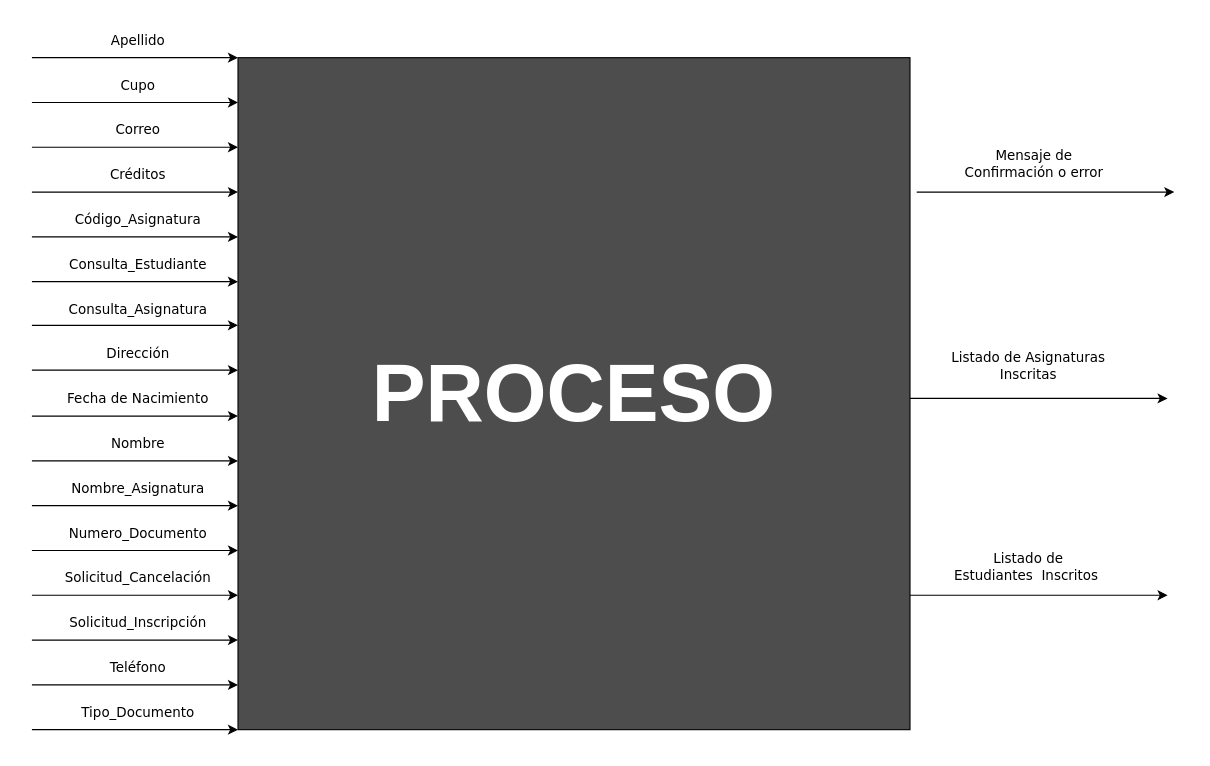
M1T4M0/Java-POO keeps this draw.io diagram as Laboratorio4/DIagramaParadigmas.drawio. Above is the earlier version. Source tidied: cells renumbered, new cells numbered last; positions are measured from the earlier drawing's top-left corner, leaving out a move shared by most shapes. Both pictures are drawn from the tidied source at 112%, with x=0, y=0 at pixel (31, 24).
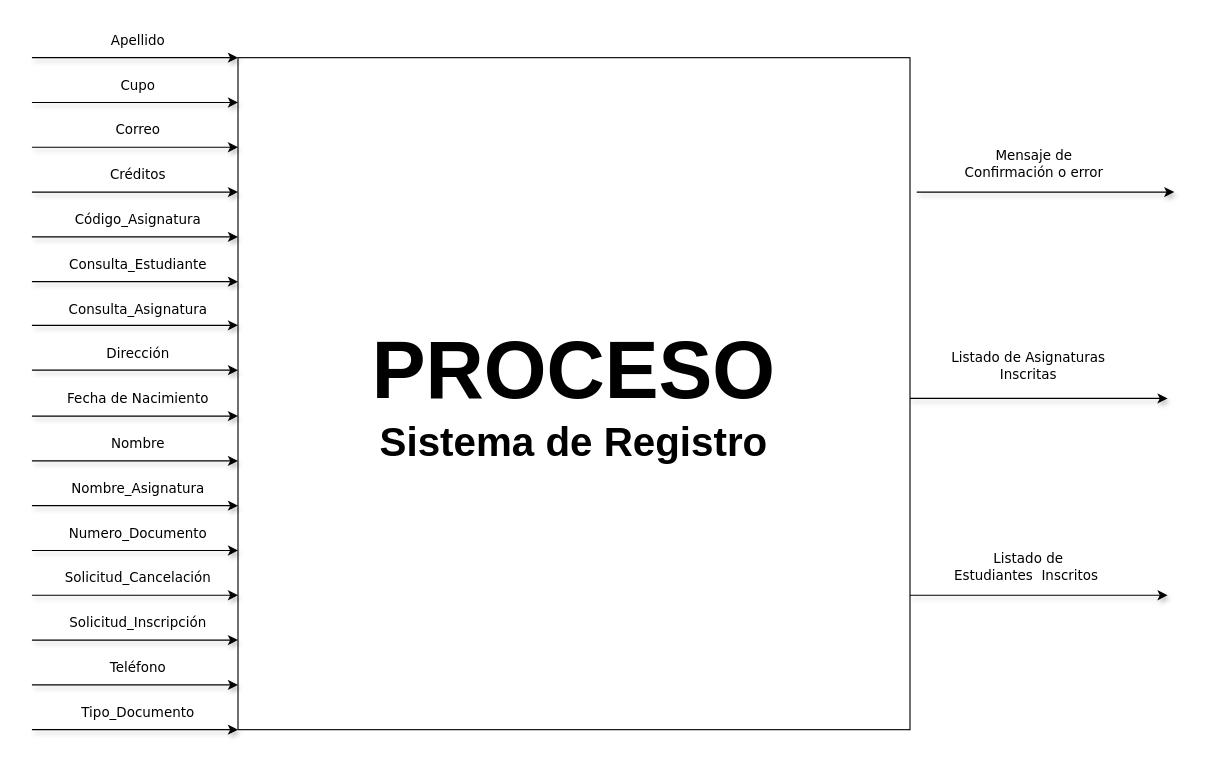
The same page after the edit.

The edit, as a diff of the source:
```diff
@@
-    <mxCell id="2" value="&lt;b&gt;&lt;font style=&quot;color: rgb(255, 255, 255); font-size: 72px;&quot;&gt;PROCESO&lt;/font&gt;&lt;/b&gt;" style="whiteSpace=wrap;html=1;fillColor=#4D4D4D;" parent="1" vertex="1">
+    <mxCell id="2" value="&lt;b&gt;&lt;font style=&quot;font-size: 72px; color: rgb(0, 0, 0);&quot;&gt;PROCESO&lt;/font&gt;&lt;/b&gt;&lt;div&gt;&lt;b&gt;&lt;font style=&quot;color: rgb(0, 0, 0); font-size: 36px;&quot;&gt;Sistema de Registro&lt;/font&gt;&lt;/b&gt;&lt;/div&gt;" style="whiteSpace=wrap;html=1;fillColor=#FFFFFF;" parent="1" vertex="1">
       <mxGeometry x="184" y="30" width="600" height="600" as="geometry" />
     </mxCell>
-    <mxCell id="3" value="&lt;font face=&quot;Verdana&quot;&gt;Mensaje de Confirmación o error&lt;/font&gt;" style="text;html=1;align=center;verticalAlign=middle;whiteSpace=wrap;rounded=0;" parent="1" vertex="1">
+    <mxCell id="3" value="&lt;font face=&quot;Verdana&quot;&gt;Mensaje de Confirmación o error&lt;/font&gt;" style="text;html=1;align=center;verticalAlign=middle;whiteSpace=wrap;rounded=0;shadow=1;" parent="1" vertex="1">
       <mxGeometry x="820" y="110" width="150" height="30" as="geometry" />
     </mxCell>
-    <mxCell id="4" value="&lt;font face=&quot;Verdana&quot;&gt;Listado de Asignaturas Inscritas&lt;/font&gt;" style="text;html=1;align=center;verticalAlign=middle;whiteSpace=wrap;rounded=0;" parent="1" vertex="1">
+    <mxCell id="4" value="&lt;font face=&quot;Verdana&quot;&gt;Listado de Asignaturas Inscritas&lt;/font&gt;" style="text;html=1;align=center;verticalAlign=middle;whiteSpace=wrap;rounded=0;shadow=1;" parent="1" vertex="1">
       <mxGeometry x="820" y="300" width="140" height="10" as="geometry" />
     </mxCell>
-    <mxCell id="5" value="&lt;font face=&quot;Verdana&quot;&gt;Listado de Estudiantes&amp;nbsp; Inscritos&amp;nbsp;&lt;/font&gt;" style="text;html=1;align=center;verticalAlign=middle;whiteSpace=wrap;rounded=0;" parent="1" vertex="1">
+    <mxCell id="5" value="&lt;font face=&quot;Verdana&quot;&gt;Listado de Estudiantes&amp;nbsp; Inscritos&amp;nbsp;&lt;/font&gt;" style="text;html=1;align=center;verticalAlign=middle;whiteSpace=wrap;rounded=0;shadow=1;" parent="1" vertex="1">
       <mxGeometry x="820" y="475" width="140" height="20" as="geometry" />
     </mxCell>
-    <mxCell id="6" style="endArrow=classic;html=1;rounded=0;" parent="1" edge="1">
+    <mxCell id="6" style="endArrow=classic;html=1;rounded=0;shadow=1;" parent="1" edge="1">
       <mxGeometry relative="1" as="geometry">
         <mxPoint x="790" y="150" as="sourcePoint" />
         <mxPoint x="1020" y="150" as="targetPoint" />
       </mxGeometry>
     </mxCell>
-    <mxCell id="7" style="endArrow=classic;html=1;rounded=0;" parent="1" edge="1">
+    <mxCell id="7" style="endArrow=classic;html=1;rounded=0;shadow=1;" parent="1" edge="1">
       <mxGeometry relative="1" as="geometry">
         <mxPoint x="784" y="334.2" as="sourcePoint" />
         <mxPoint x="1014" y="334.2" as="targetPoint" />
       </mxGeometry>
     </mxCell>
-    <mxCell id="8" style="endArrow=classic;html=1;rounded=0;" parent="1" edge="1">
+    <mxCell id="8" style="endArrow=classic;html=1;rounded=0;shadow=1;" parent="1" edge="1">
       <mxGeometry relative="1" as="geometry">
         <mxPoint x="784" y="510" as="sourcePoint" />
         <mxPoint x="1014" y="510" as="targetPoint" />
       </mxGeometry>
     </mxCell>
-    <mxCell id="9" value="&lt;font face=&quot;Verdana&quot;&gt;Correo&lt;/font&gt;" style="text;html=1;align=center;verticalAlign=middle;whiteSpace=wrap;rounded=0;" parent="1" vertex="1">
+    <mxCell id="9" value="&lt;font face=&quot;Verdana&quot;&gt;Correo&lt;/font&gt;" style="text;html=1;align=center;verticalAlign=middle;whiteSpace=wrap;rounded=0;shadow=1;" parent="1" vertex="1">
       <mxGeometry x="20" y="80" width="150" height="30" as="geometry" />
     </mxCell>
-    <mxCell id="10" value="&lt;font face=&quot;Verdana&quot;&gt;Nombre&lt;/font&gt;" style="text;html=1;align=center;verticalAlign=middle;whiteSpace=wrap;rounded=0;" parent="1" vertex="1">
+    <mxCell id="10" value="&lt;font face=&quot;Verdana&quot;&gt;Nombre&lt;/font&gt;" style="text;html=1;align=center;verticalAlign=middle;whiteSpace=wrap;rounded=0;shadow=1;" parent="1" vertex="1">
       <mxGeometry x="20" y="360" width="150" height="30" as="geometry" />
     </mxCell>
-    <mxCell id="11" value="&lt;font face=&quot;Verdana&quot;&gt;Dirección&lt;/font&gt;" style="text;html=1;align=center;verticalAlign=middle;whiteSpace=wrap;rounded=0;" parent="1" vertex="1">
+    <mxCell id="11" value="&lt;font face=&quot;Verdana&quot;&gt;Dirección&lt;/font&gt;" style="text;html=1;align=center;verticalAlign=middle;whiteSpace=wrap;rounded=0;shadow=1;" parent="1" vertex="1">
       <mxGeometry x="20" y="280" width="150" height="30" as="geometry" />
     </mxCell>
-    <mxCell id="12" value="&lt;font face=&quot;Verdana&quot;&gt;Fecha de Nacimiento&lt;/font&gt;" style="text;html=1;align=center;verticalAlign=middle;whiteSpace=wrap;rounded=0;" parent="1" vertex="1">
+    <mxCell id="12" value="&lt;font face=&quot;Verdana&quot;&gt;Fecha de Nacimiento&lt;/font&gt;" style="text;html=1;align=center;verticalAlign=middle;whiteSpace=wrap;rounded=0;shadow=1;" parent="1" vertex="1">
       <mxGeometry x="20" y="320" width="150" height="30" as="geometry" />
     </mxCell>
-    <mxCell id="13" value="&lt;font face=&quot;Verdana&quot;&gt;Teléfono&lt;/font&gt;" style="text;html=1;align=center;verticalAlign=middle;whiteSpace=wrap;rounded=0;" parent="1" vertex="1">
+    <mxCell id="13" value="&lt;font face=&quot;Verdana&quot;&gt;Teléfono&lt;/font&gt;" style="text;html=1;align=center;verticalAlign=middle;whiteSpace=wrap;rounded=0;shadow=1;" parent="1" vertex="1">
       <mxGeometry x="20" y="560" width="150" height="30" as="geometry" />
     </mxCell>
-    <mxCell id="14" value="&lt;font face=&quot;Verdana&quot;&gt;Código_Asignatura&lt;/font&gt;" style="text;html=1;align=center;verticalAlign=middle;whiteSpace=wrap;rounded=0;" parent="1" vertex="1">
+    <mxCell id="14" value="&lt;font face=&quot;Verdana&quot;&gt;Código_Asignatura&lt;/font&gt;" style="text;html=1;align=center;verticalAlign=middle;whiteSpace=wrap;rounded=0;shadow=1;" parent="1" vertex="1">
       <mxGeometry x="20" y="160" width="150" height="30" as="geometry" />
     </mxCell>
-    <mxCell id="15" value="&lt;font face=&quot;Verdana&quot;&gt;Nombre_Asignatura&lt;/font&gt;" style="text;html=1;align=center;verticalAlign=middle;whiteSpace=wrap;rounded=0;" parent="1" vertex="1">
+    <mxCell id="15" value="&lt;font face=&quot;Verdana&quot;&gt;Nombre_Asignatura&lt;/font&gt;" style="text;html=1;align=center;verticalAlign=middle;whiteSpace=wrap;rounded=0;shadow=1;" parent="1" vertex="1">
       <mxGeometry x="20" y="400" width="150" height="30" as="geometry" />
     </mxCell>
-    <mxCell id="16" value="&lt;font face=&quot;Verdana&quot;&gt;Apellido&lt;/font&gt;" style="text;html=1;align=center;verticalAlign=middle;whiteSpace=wrap;rounded=0;" parent="1" vertex="1">
+    <mxCell id="16" value="&lt;font face=&quot;Verdana&quot;&gt;Apellido&lt;/font&gt;" style="text;html=1;align=center;verticalAlign=middle;whiteSpace=wrap;rounded=0;shadow=1;" parent="1" vertex="1">
       <mxGeometry x="20" width="150" height="30" as="geometry" />
     </mxCell>
-    <mxCell id="17" value="&lt;font face=&quot;Verdana&quot;&gt;Numero_Documento&lt;/font&gt;" style="text;html=1;align=center;verticalAlign=middle;whiteSpace=wrap;rounded=0;" parent="1" vertex="1">
+    <mxCell id="17" value="&lt;font face=&quot;Verdana&quot;&gt;Numero_Documento&lt;/font&gt;" style="text;html=1;align=center;verticalAlign=middle;whiteSpace=wrap;rounded=0;shadow=1;" parent="1" vertex="1">
       <mxGeometry x="20" y="440" width="150" height="30" as="geometry" />
     </mxCell>
-    <mxCell id="18" value="&lt;font face=&quot;Verdana&quot;&gt;Tipo_Documento&lt;/font&gt;" style="text;html=1;align=center;verticalAlign=middle;whiteSpace=wrap;rounded=0;" parent="1" vertex="1">
+    <mxCell id="18" value="&lt;font face=&quot;Verdana&quot;&gt;Tipo_Documento&lt;/font&gt;" style="text;html=1;align=center;verticalAlign=middle;whiteSpace=wrap;rounded=0;shadow=1;" parent="1" vertex="1">
       <mxGeometry x="20" y="600" width="150" height="30" as="geometry" />
     </mxCell>
-    <mxCell id="19" value="&lt;font face=&quot;Verdana&quot;&gt;Créditos&lt;/font&gt;" style="text;html=1;align=center;verticalAlign=middle;whiteSpace=wrap;rounded=0;" parent="1" vertex="1">
+    <mxCell id="19" value="&lt;font face=&quot;Verdana&quot;&gt;Créditos&lt;/font&gt;" style="text;html=1;align=center;verticalAlign=middle;whiteSpace=wrap;rounded=0;shadow=1;" parent="1" vertex="1">
       <mxGeometry x="20" y="120" width="150" height="30" as="geometry" />
     </mxCell>
-    <mxCell id="20" value="&lt;font face=&quot;Verdana&quot;&gt;Cupo&lt;/font&gt;" style="text;html=1;align=center;verticalAlign=middle;whiteSpace=wrap;rounded=0;" parent="1" vertex="1">
+    <mxCell id="20" value="&lt;font face=&quot;Verdana&quot;&gt;Cupo&lt;/font&gt;" style="text;html=1;align=center;verticalAlign=middle;whiteSpace=wrap;rounded=0;shadow=1;" parent="1" vertex="1">
       <mxGeometry x="20" y="40" width="150" height="30" as="geometry" />
     </mxCell>
-    <mxCell id="21" value="&lt;font face=&quot;Verdana&quot;&gt;Solicitud_Inscripción&lt;/font&gt;" style="text;html=1;align=center;verticalAlign=middle;whiteSpace=wrap;rounded=0;" parent="1" vertex="1">
+    <mxCell id="21" value="&lt;font face=&quot;Verdana&quot;&gt;Solicitud_Inscripción&lt;/font&gt;" style="text;html=1;align=center;verticalAlign=middle;whiteSpace=wrap;rounded=0;shadow=1;" parent="1" vertex="1">
       <mxGeometry x="20" y="520" width="150" height="30" as="geometry" />
     </mxCell>
-    <mxCell id="22" value="&lt;font face=&quot;Verdana&quot;&gt;Solicitud_Cancelación&lt;/font&gt;" style="text;html=1;align=center;verticalAlign=middle;whiteSpace=wrap;rounded=0;" parent="1" vertex="1">
+    <mxCell id="22" value="&lt;font face=&quot;Verdana&quot;&gt;Solicitud_Cancelación&lt;/font&gt;" style="text;html=1;align=center;verticalAlign=middle;whiteSpace=wrap;rounded=0;shadow=1;" parent="1" vertex="1">
       <mxGeometry x="20" y="480" width="150" height="30" as="geometry" />
     </mxCell>
-    <mxCell id="23" value="&lt;font face=&quot;Verdana&quot;&gt;Consulta_Estudiante&lt;/font&gt;" style="text;html=1;align=center;verticalAlign=middle;whiteSpace=wrap;rounded=0;" parent="1" vertex="1">
+    <mxCell id="23" value="&lt;font face=&quot;Verdana&quot;&gt;Consulta_Estudiante&lt;/font&gt;" style="text;html=1;align=center;verticalAlign=middle;whiteSpace=wrap;rounded=0;shadow=1;" parent="1" vertex="1">
       <mxGeometry x="20" y="200" width="150" height="30" as="geometry" />
     </mxCell>
-    <mxCell id="24" value="&lt;font face=&quot;Verdana&quot;&gt;Consulta_Asignatura&lt;/font&gt;" style="text;html=1;align=center;verticalAlign=middle;whiteSpace=wrap;rounded=0;" parent="1" vertex="1">
+    <mxCell id="24" value="&lt;font face=&quot;Verdana&quot;&gt;Consulta_Asignatura&lt;/font&gt;" style="text;html=1;align=center;verticalAlign=middle;whiteSpace=wrap;rounded=0;shadow=1;" parent="1" vertex="1">
       <mxGeometry x="20" y="240" width="150" height="30" as="geometry" />
     </mxCell>
-    <mxCell id="25" style="endArrow=classic;html=1;rounded=0;" parent="1" edge="1">
+    <mxCell id="25" style="endArrow=classic;html=1;rounded=0;shadow=1;" parent="1" edge="1">
       <mxGeometry relative="1" as="geometry">
         <mxPoint y="30" as="sourcePoint" />
         <mxPoint x="184" y="30" as="targetPoint" />
       </mxGeometry>
     </mxCell>
-    <mxCell id="26" style="endArrow=classic;html=1;rounded=0;" parent="1" edge="1">
+    <mxCell id="26" style="endArrow=classic;html=1;rounded=0;shadow=1;" parent="1" edge="1">
       <mxGeometry relative="1" as="geometry">
         <mxPoint y="70" as="sourcePoint" />
         <mxPoint x="184" y="70" as="targetPoint" />
       </mxGeometry>
     </mxCell>
-    <mxCell id="27" style="endArrow=classic;html=1;rounded=0;" parent="1" edge="1">
+    <mxCell id="27" style="endArrow=classic;html=1;rounded=0;shadow=1;" parent="1" edge="1">
       <mxGeometry relative="1" as="geometry">
         <mxPoint y="110" as="sourcePoint" />
         <mxPoint x="184" y="110" as="targetPoint" />
       </mxGeometry>
     </mxCell>
-    <mxCell id="28" style="endArrow=classic;html=1;rounded=0;" parent="1" edge="1">
+    <mxCell id="28" style="endArrow=classic;html=1;rounded=0;shadow=1;" parent="1" edge="1">
       <mxGeometry relative="1" as="geometry">
         <mxPoint y="150" as="sourcePoint" />
         <mxPoint x="184" y="150" as="targetPoint" />
       </mxGeometry>
     </mxCell>
-    <mxCell id="29" style="endArrow=classic;html=1;rounded=0;" parent="1" edge="1">
+    <mxCell id="29" style="endArrow=classic;html=1;rounded=0;shadow=1;" parent="1" edge="1">
       <mxGeometry relative="1" as="geometry">
         <mxPoint y="190" as="sourcePoint" />
         <mxPoint x="184" y="190" as="targetPoint" />
       </mxGeometry>
     </mxCell>
-    <mxCell id="30" style="endArrow=classic;html=1;rounded=0;" parent="1" edge="1">
+    <mxCell id="30" style="endArrow=classic;html=1;rounded=0;shadow=1;" parent="1" edge="1">
       <mxGeometry relative="1" as="geometry">
         <mxPoint y="230" as="sourcePoint" />
         <mxPoint x="184" y="230" as="targetPoint" />
       </mxGeometry>
     </mxCell>
-    <mxCell id="31" style="endArrow=classic;html=1;rounded=0;" parent="1" edge="1">
+    <mxCell id="31" style="endArrow=classic;html=1;rounded=0;shadow=1;" parent="1" edge="1">
       <mxGeometry relative="1" as="geometry">
         <mxPoint y="269" as="sourcePoint" />
         <mxPoint x="184" y="269" as="targetPoint" />
       </mxGeometry>
     </mxCell>
-    <mxCell id="32" style="endArrow=classic;html=1;rounded=0;" parent="1" edge="1">
+    <mxCell id="32" style="endArrow=classic;html=1;rounded=0;shadow=1;" parent="1" edge="1">
       <mxGeometry relative="1" as="geometry">
         <mxPoint y="309" as="sourcePoint" />
         <mxPoint x="184" y="309" as="targetPoint" />
       </mxGeometry>
     </mxCell>
-    <mxCell id="33" style="endArrow=classic;html=1;rounded=0;" parent="1" edge="1">
+    <mxCell id="33" style="endArrow=classic;html=1;rounded=0;shadow=1;" parent="1" edge="1">
       <mxGeometry relative="1" as="geometry">
         <mxPoint y="350" as="sourcePoint" />
         <mxPoint x="184" y="350" as="targetPoint" />
       </mxGeometry>
     </mxCell>
-    <mxCell id="34" style="endArrow=classic;html=1;rounded=0;" parent="1" edge="1">
+    <mxCell id="34" style="endArrow=classic;html=1;rounded=0;shadow=1;" parent="1" edge="1">
       <mxGeometry relative="1" as="geometry">
         <mxPoint y="390" as="sourcePoint" />
         <mxPoint x="184" y="390" as="targetPoint" />
       </mxGeometry>
     </mxCell>
-    <mxCell id="35" style="endArrow=classic;html=1;rounded=0;" parent="1" edge="1">
+    <mxCell id="35" style="endArrow=classic;html=1;rounded=0;shadow=1;" parent="1" edge="1">
       <mxGeometry relative="1" as="geometry">
         <mxPoint y="430" as="sourcePoint" />
         <mxPoint x="184" y="430" as="targetPoint" />
       </mxGeometry>
     </mxCell>
-    <mxCell id="36" style="endArrow=classic;html=1;rounded=0;" parent="1" edge="1">
+    <mxCell id="36" style="endArrow=classic;html=1;rounded=0;shadow=1;" parent="1" edge="1">
       <mxGeometry relative="1" as="geometry">
         <mxPoint y="470" as="sourcePoint" />
         <mxPoint x="184" y="470" as="targetPoint" />
       </mxGeometry>
     </mxCell>
-    <mxCell id="37" style="endArrow=classic;html=1;rounded=0;" parent="1" edge="1">
+    <mxCell id="37" style="endArrow=classic;html=1;rounded=0;shadow=1;" parent="1" edge="1">
       <mxGeometry relative="1" as="geometry">
         <mxPoint y="510" as="sourcePoint" />
         <mxPoint x="184" y="510" as="targetPoint" />
       </mxGeometry>
     </mxCell>
-    <mxCell id="38" style="endArrow=classic;html=1;rounded=0;" parent="1" edge="1">
+    <mxCell id="38" style="endArrow=classic;html=1;rounded=0;shadow=1;" parent="1" edge="1">
       <mxGeometry relative="1" as="geometry">
         <mxPoint y="550" as="sourcePoint" />
         <mxPoint x="184" y="550" as="targetPoint" />
       </mxGeometry>
     </mxCell>
-    <mxCell id="39" style="endArrow=classic;html=1;rounded=0;" parent="1" edge="1">
+    <mxCell id="39" style="endArrow=classic;html=1;rounded=0;shadow=1;" parent="1" edge="1">
       <mxGeometry relative="1" as="geometry">
         <mxPoint y="590" as="sourcePoint" />
         <mxPoint x="184" y="590" as="targetPoint" />
       </mxGeometry>
     </mxCell>
-    <mxCell id="40" style="endArrow=classic;html=1;rounded=0;" parent="1" edge="1">
+    <mxCell id="40" style="endArrow=classic;html=1;rounded=0;shadow=1;" parent="1" edge="1">
       <mxGeometry relative="1" as="geometry">
         <mxPoint y="630" as="sourcePoint" />
         <mxPoint x="184" y="630" as="targetPoint" />
       </mxGeometry>
     </mxCell>
```
